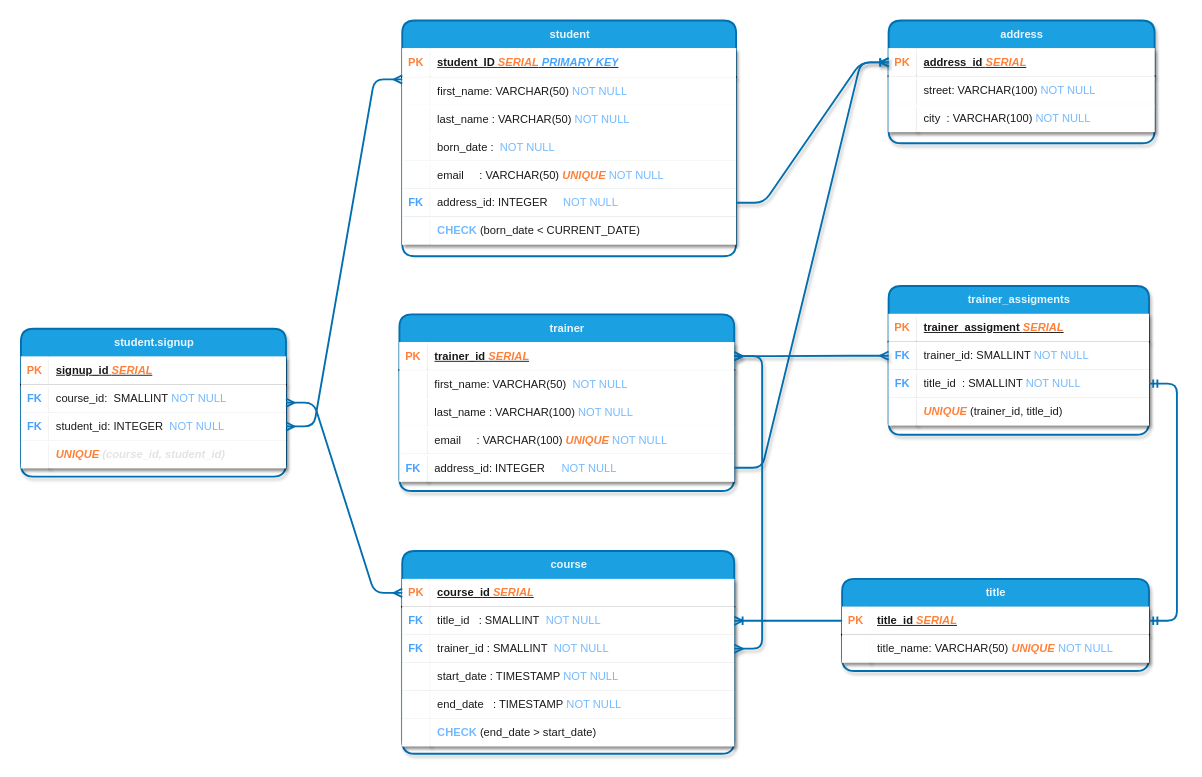
The draw.io diagram Diagrams/db_diagram.drawio in Mirjax2000/db_project, before the edit. Source tidied: cells renumbered, new cells numbered last; positions are measured from the earlier drawing's top-left corner, leaving out a move shared by most shapes. Both pictures are drawn from the tidied source at 93%, with x=0, y=0 at pixel (20, 20).
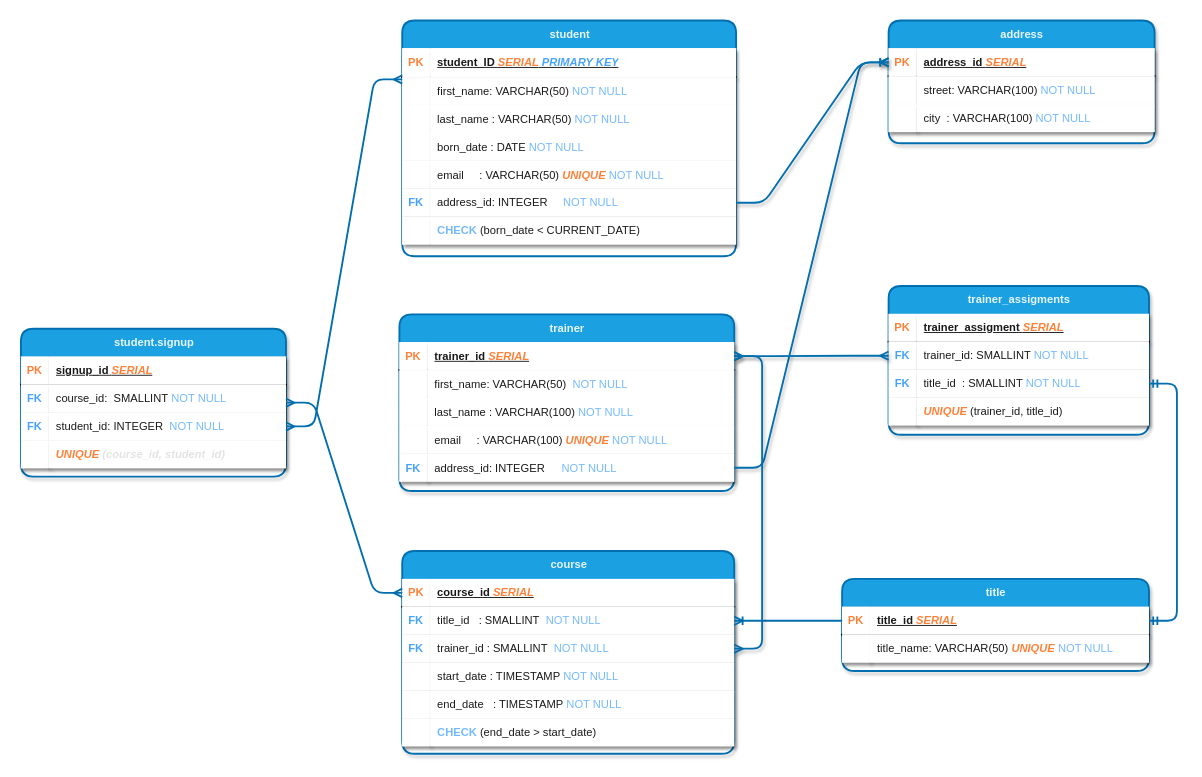
After the change.

Unchanged cells that the change refers to:
```xml
<mxCell id="54" style="shape=tableRow;horizontal=0;startSize=0;swimlaneHead=0;swimlaneBody=0;top=0;left=0;right=0;bottom=0;align=left;fontFamily=JetBrains Mono;textShadow=0;textOpacity=90;labelBackgroundColor=none;rounded=1;fontSize=12;strokeWidth=2;shadow=1;swimlaneLine=0;" parent="44" vertex="1">
  <mxGeometry y="121" width="359" height="30" as="geometry" />
</mxCell>
```

Change to the diagram source:
```diff
@@
-    <mxCell id="56" value="born_date :&amp;nbsp;&amp;nbsp;&lt;font color=&quot;#66b2ff&quot;&gt;NOT NULL&lt;/font&gt;" style="shape=partialRectangle;top=0;left=0;bottom=0;right=0;align=left;spacingLeft=6;overflow=hidden;whiteSpace=wrap;html=1;fontFamily=JetBrains Mono;textShadow=0;textOpacity=90;labelBackgroundColor=none;rounded=1;fontSize=12;strokeWidth=2;shadow=1;swimlaneLine=0;" parent="54" vertex="1">
+    <mxCell id="56" value="born_date : DATE&amp;nbsp;&lt;font color=&quot;#66b2ff&quot;&gt;NOT NULL&lt;/font&gt;" style="shape=partialRectangle;top=0;left=0;bottom=0;right=0;align=left;spacingLeft=6;overflow=hidden;whiteSpace=wrap;html=1;fontFamily=JetBrains Mono;textShadow=0;textOpacity=90;labelBackgroundColor=none;rounded=1;fontSize=12;strokeWidth=2;shadow=1;swimlaneLine=0;" parent="54" vertex="1">
       <mxGeometry x="30" width="329" height="30" as="geometry" />
     </mxCell>
```
